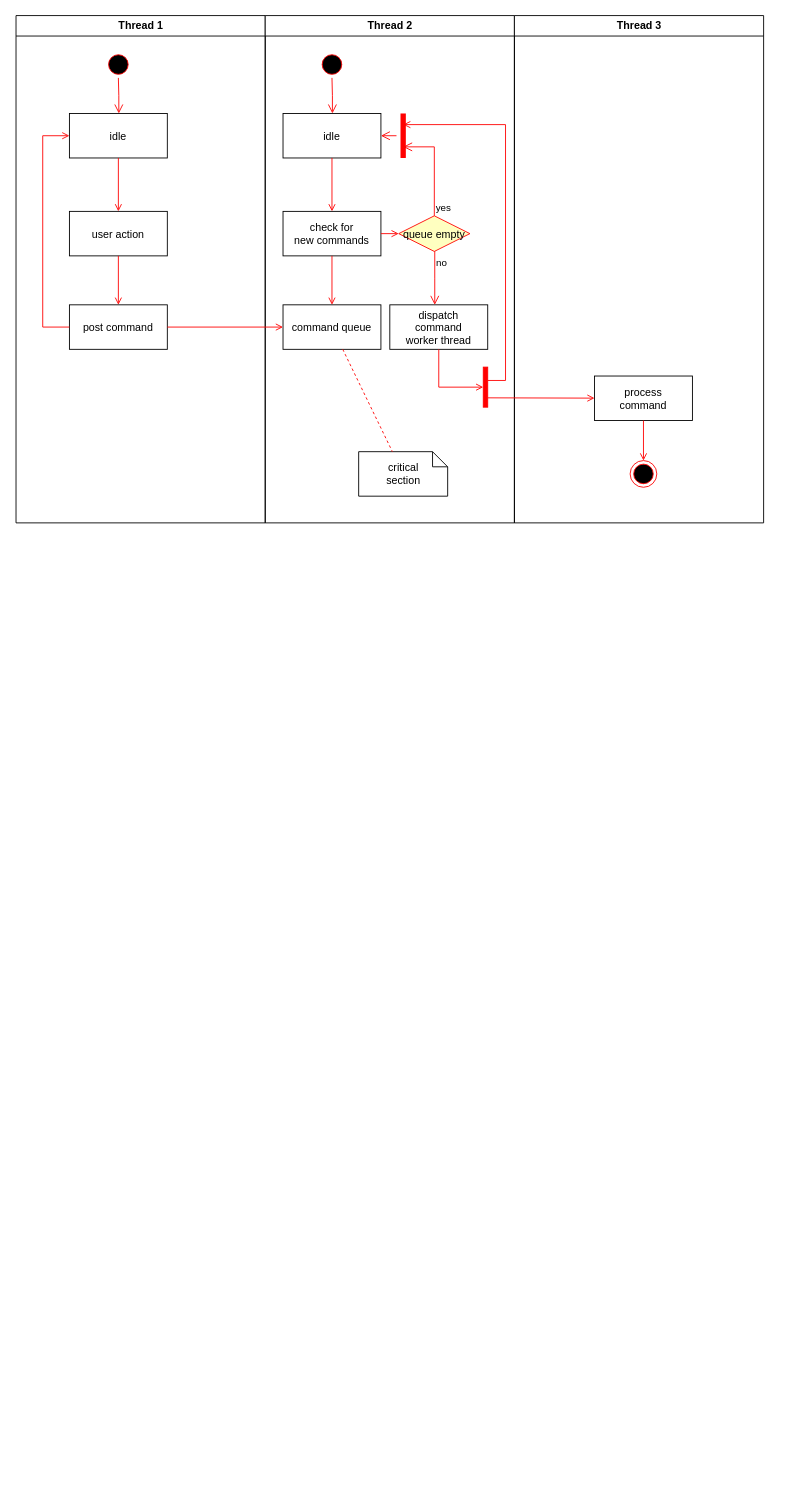
didengren/mind-map keeps this draw.io diagram as 全流程通用组件引入结构分析.drawio. Above is the earlier version. Source tidied: cells renumbered, new cells numbered last; positions are measured from the earlier drawing's top-left corner, leaving out a move shared by most shapes. Both pictures are drawn from the tidied source at 89%, with x=0, y=0 at pixel (15, 15).
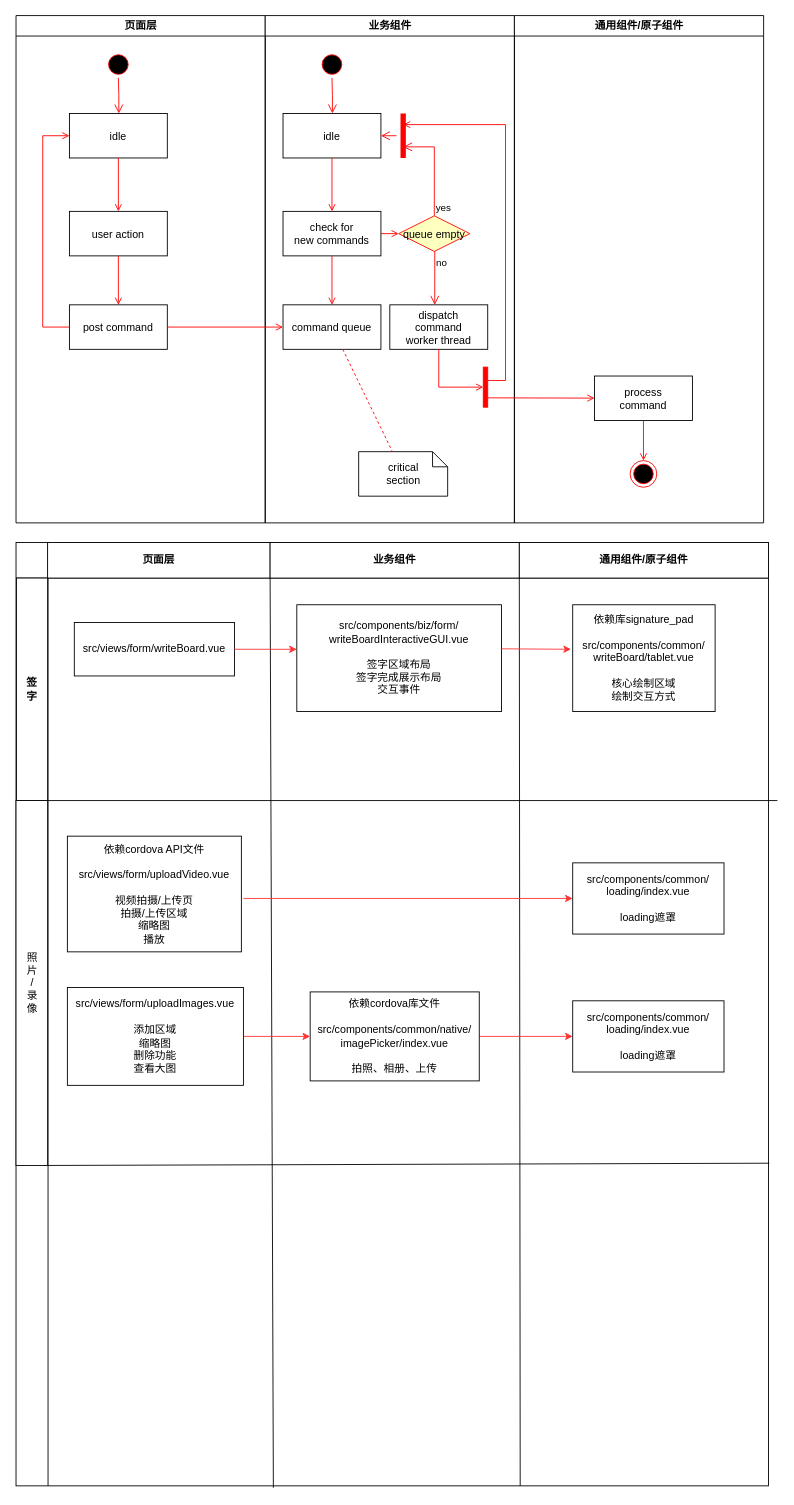
Above is the later version.

Commit message:
更新全流程通用组件引入结构分析.drawio

What changed in the source:
```diff
@@
-    <mxCell id="2" value="Thread 1" style="swimlane;whiteSpace=wrap;" parent="1" vertex="1">
+    <mxCell id="2" value="页面层" style="swimlane;whiteSpace=wrap;" parent="1" vertex="1">
       <mxGeometry x="0.5" width="280" height="570" as="geometry" />
     </mxCell>
@@
-    <mxCell id="11" value="Thread 2" style="swimlane;whiteSpace=wrap;" parent="1" vertex="1">
+    <mxCell id="11" value="业务组件" style="swimlane;whiteSpace=wrap;" parent="1" vertex="1">
       <mxGeometry x="280.5" width="280" height="570" as="geometry" />
     </mxCell>
@@
-    <mxCell id="30" value="Thread 3" style="swimlane;whiteSpace=wrap;" parent="1" vertex="1">
+    <mxCell id="30" value="通用组件/原子组件" style="swimlane;whiteSpace=wrap;" parent="1" vertex="1">
       <mxGeometry x="560.5" width="280" height="570" as="geometry" />
     </mxCell>
@@
+    <mxCell id="37" style="shape=internalStorage;whiteSpace=wrap;html=1;backgroundOutline=1;dx=36;dy=40;" parent="1" vertex="1">
+      <mxGeometry x="0.5" y="592" width="845.5" height="1060" as="geometry" />
+    </mxCell>
+    <mxCell id="38" value="&lt;b&gt;页面层&lt;/b&gt;" style="rounded=0;whiteSpace=wrap;html=1;" parent="1" vertex="1">
+      <mxGeometry x="36" y="592" width="250" height="40" as="geometry" />
+    </mxCell>
+    <mxCell id="39" style="endArrow=none;html=1;entryX=1;entryY=1;entryDx=0;entryDy=0;exitX=0.342;exitY=1.002;exitDx=0;exitDy=0;exitPerimeter=0;" parent="1" edge="1" source="37" target="38">
+      <mxGeometry relative="1" as="geometry" />
+    </mxCell>
+    <mxCell id="40" value="&lt;b&gt;签&lt;br&gt;字&lt;/b&gt;" style="rounded=0;whiteSpace=wrap;html=1;" parent="1" vertex="1">
+      <mxGeometry x="1" y="632" width="35" height="250" as="geometry" />
+    </mxCell>
+    <mxCell id="41" value="src/views/form/writeBoard.vue" style="rounded=0;whiteSpace=wrap;html=1;" parent="1" vertex="1">
+      <mxGeometry x="66" y="682" width="180" height="60" as="geometry" />
+    </mxCell>
+    <mxCell id="42" value="&lt;b&gt;业务组件&lt;/b&gt;" style="rounded=0;whiteSpace=wrap;html=1;" parent="1" vertex="1">
+      <mxGeometry x="286" y="592" width="280" height="40" as="geometry" />
+    </mxCell>
+    <mxCell id="43" value="src/components/biz/form/&lt;br&gt;writeBoardInteractiveGUI.vue&lt;br&gt;&lt;br&gt;签字区域布局&lt;br&gt;签字完成展示布局&lt;br&gt;交互事件" style="rounded=0;whiteSpace=wrap;html=1;" parent="1" vertex="1">
+      <mxGeometry x="316" y="662" width="230" height="120" as="geometry" />
+    </mxCell>
+    <mxCell id="44" value="&lt;span style=&quot;font-weight: 700&quot;&gt;通用组件/原子组件&lt;/span&gt;" style="rounded=0;whiteSpace=wrap;html=1;" parent="1" vertex="1">
+      <mxGeometry x="566" y="592" width="280" height="40" as="geometry" />
+    </mxCell>
+    <mxCell id="45" style="endArrow=none;html=1;entryX=1;entryY=1;entryDx=0;entryDy=0;exitX=0.67;exitY=1;exitDx=0;exitDy=0;exitPerimeter=0;" parent="1" edge="1" source="37" target="42">
+      <mxGeometry relative="1" as="geometry" />
+    </mxCell>
+    <mxCell id="46" value="依赖库signature_pad&lt;br&gt;&lt;br&gt;src/components/common/&lt;br&gt;writeBoard/tablet.vue&lt;br&gt;&lt;br&gt;核心绘制区域&lt;br&gt;绘制交互方式" style="rounded=0;whiteSpace=wrap;html=1;" parent="1" vertex="1">
+      <mxGeometry x="626" y="662" width="160" height="120" as="geometry" />
+    </mxCell>
+    <mxCell id="47" value="依赖cordova API文件&lt;br&gt;&lt;br&gt;src/views/form/uploadVideo.vue&lt;br&gt;&lt;br&gt;视频拍摄/上传页&lt;br&gt;拍摄/上传区域&lt;br&gt;缩略图&lt;br&gt;播放" style="rounded=0;whiteSpace=wrap;html=1;" parent="1" vertex="1">
+      <mxGeometry x="58.2" y="922" width="195.5" height="130" as="geometry" />
+    </mxCell>
+    <mxCell id="48" value="src/components/common/&lt;br&gt;loading/index.vue&lt;br&gt;&lt;br&gt;loading遮罩" style="rounded=0;whiteSpace=wrap;html=1;" parent="1" vertex="1">
+      <mxGeometry x="626" y="952" width="170" height="80" as="geometry" />
+    </mxCell>
+    <mxCell id="49" value="照&lt;br&gt;片&lt;br&gt;/&lt;br&gt;录&lt;br&gt;像" style="rounded=0;whiteSpace=wrap;html=1;" parent="1" vertex="1">
+      <mxGeometry x="0.5" y="882" width="35.5" height="410" as="geometry" />
+    </mxCell>
+    <mxCell id="50" style="edgeStyle=orthogonalEdgeStyle;rounded=0;jettySize=auto;html=1;exitX=1;exitY=0.5;exitDx=0;exitDy=0;entryX=0;entryY=0.5;entryDx=0;entryDy=0;strokeColor=#FF3333;" parent="1" edge="1" source="51" target="53">
+      <mxGeometry relative="1" as="geometry" />
+    </mxCell>
+    <mxCell id="51" value="src/views/form/uploadImages.vue&lt;br&gt;&lt;br&gt;添加区域&lt;br&gt;缩略图&lt;br&gt;删除功能&lt;br&gt;查看大图" style="rounded=0;whiteSpace=wrap;html=1;" parent="1" vertex="1">
+      <mxGeometry x="58.2" y="1092" width="197.8" height="110" as="geometry" />
+    </mxCell>
+    <mxCell id="52" style="edgeStyle=orthogonalEdgeStyle;rounded=0;jettySize=auto;html=1;entryX=0;entryY=0.5;entryDx=0;entryDy=0;strokeColor=#FF3333;" parent="1" edge="1" source="53" target="54">
+      <mxGeometry relative="1" as="geometry" />
+    </mxCell>
+    <mxCell id="53" value="依赖cordova库文件&lt;br&gt;&lt;br&gt;src/components/common/native/&lt;br&gt;imagePicker/index.vue&lt;br&gt;&lt;br&gt;拍照、相册、上传" style="rounded=0;whiteSpace=wrap;html=1;" parent="1" vertex="1">
+      <mxGeometry x="331" y="1097" width="190" height="100" as="geometry" />
+    </mxCell>
+    <mxCell id="54" value="src/components/common/&lt;br&gt;loading/index.vue&lt;br&gt;&lt;br&gt;loading遮罩" style="rounded=0;whiteSpace=wrap;html=1;" parent="1" vertex="1">
+      <mxGeometry x="626" y="1107" width="170" height="80" as="geometry" />
+    </mxCell>
+    <mxCell id="55" style="endArrow=none;html=1;exitX=1;exitY=0;exitDx=0;exitDy=0;" parent="1" edge="1" source="49">
+      <mxGeometry relative="1" as="geometry">
+        <mxPoint x="856" y="882" as="targetPoint" />
+      </mxGeometry>
+    </mxCell>
+    <mxCell id="56" style="endArrow=classic;html=1;exitX=1;exitY=0.5;exitDx=0;exitDy=0;entryX=0;entryY=0.417;entryDx=0;entryDy=0;entryPerimeter=0;strokeColor=#FF3333;" parent="1" edge="1" source="41" target="43">
+      <mxGeometry relative="1" as="geometry" />
+    </mxCell>
+    <mxCell id="57" style="endArrow=classic;html=1;exitX=1;exitY=0.5;exitDx=0;exitDy=0;entryX=-0.012;entryY=0.417;entryDx=0;entryDy=0;entryPerimeter=0;strokeColor=#FF3333;" parent="1" edge="1" target="46">
+      <mxGeometry relative="1" as="geometry">
+        <mxPoint x="546" y="711.5" as="sourcePoint" />
+      </mxGeometry>
+    </mxCell>
+    <mxCell id="58" style="endArrow=classic;html=1;entryX=0;entryY=0.5;entryDx=0;entryDy=0;strokeColor=#FF3333;" parent="1" edge="1" target="48">
+      <mxGeometry relative="1" as="geometry">
+        <mxPoint x="256" y="992" as="sourcePoint" />
+      </mxGeometry>
+    </mxCell>
+    <mxCell id="59" style="endArrow=none;html=1;exitX=1;exitY=1;exitDx=0;exitDy=0;entryX=1.001;entryY=0.658;entryDx=0;entryDy=0;entryPerimeter=0;" parent="1" edge="1" source="49" target="37">
+      <mxGeometry relative="1" as="geometry" />
+    </mxCell>
```
